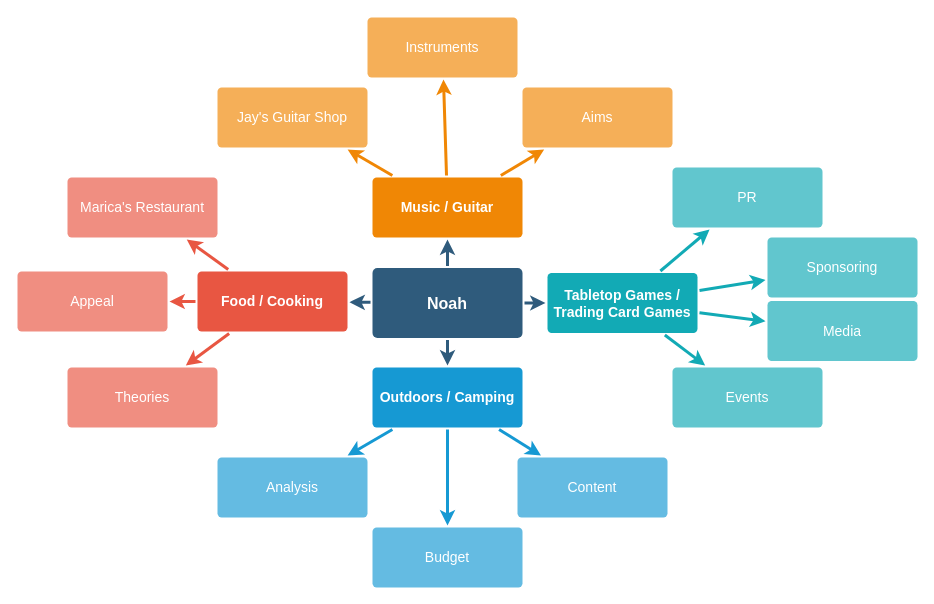
This is Capstone Idea Board.drawio from NoahKise/capstone-idea-board, a draw.io file, before an edit. Source tidied: cells renumbered, new cells numbered last; positions are measured from the earlier drawing's top-left corner, leaving out a move shared by most shapes. Both pictures are drawn from the tidied source at 100%, with x=0, y=0 at pixel (17, 17).
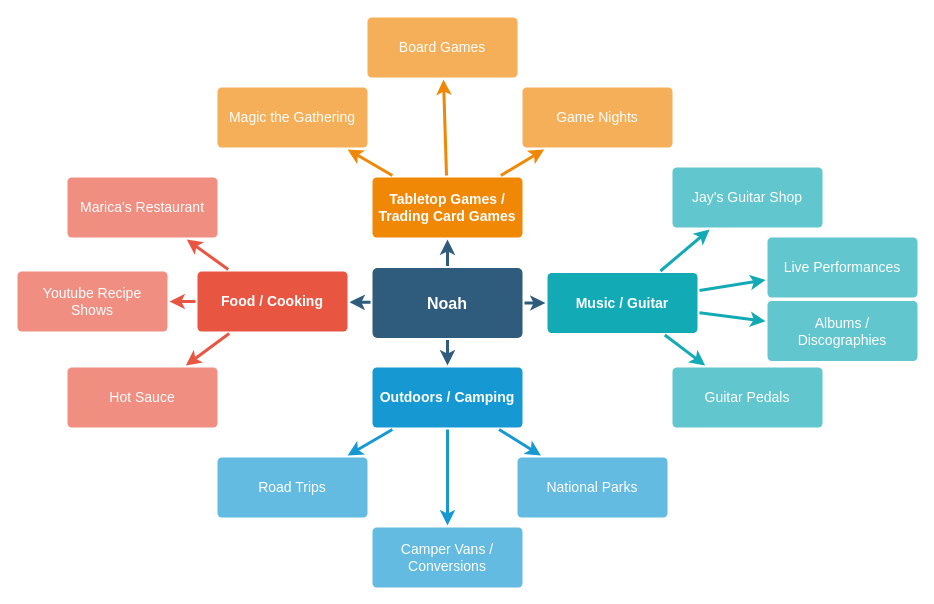
After the change.

Commit message:
Level 3 filled out

What changed in the source:
```diff
@@
-    <mxCell id="11" value="Theories" style="rounded=1;whiteSpace=wrap;html=1;shadow=0;labelBackgroundColor=none;strokeColor=none;strokeWidth=3;fillColor=#f08e81;fontFamily=Helvetica;fontSize=14;fontColor=#FFFFFF;align=center;spacing=5;fontStyle=0;arcSize=7;perimeterSpacing=2;" parent="1" vertex="1">
+    <mxCell id="11" value="Hot Sauce" style="rounded=1;whiteSpace=wrap;html=1;shadow=0;labelBackgroundColor=none;strokeColor=none;strokeWidth=3;fillColor=#f08e81;fontFamily=Helvetica;fontSize=14;fontColor=#FFFFFF;align=center;spacing=5;fontStyle=0;arcSize=7;perimeterSpacing=2;" parent="1" vertex="1">
       <mxGeometry x="50" y="350" width="150" height="60" as="geometry" />
     </mxCell>
-    <mxCell id="12" value="Appeal" style="rounded=1;whiteSpace=wrap;html=1;shadow=0;labelBackgroundColor=none;strokeColor=none;strokeWidth=3;fillColor=#f08e81;fontFamily=Helvetica;fontSize=14;fontColor=#FFFFFF;align=center;spacing=5;fontStyle=0;arcSize=7;perimeterSpacing=2;" parent="1" vertex="1">
+    <mxCell id="12" value="Youtube Recipe Shows" style="rounded=1;whiteSpace=wrap;html=1;shadow=0;labelBackgroundColor=none;strokeColor=none;strokeWidth=3;fillColor=#f08e81;fontFamily=Helvetica;fontSize=14;fontColor=#FFFFFF;align=center;spacing=5;fontStyle=0;arcSize=7;perimeterSpacing=2;" parent="1" vertex="1">
       <mxGeometry y="254" width="150" height="60" as="geometry" />
     </mxCell>
@@
-    <mxCell id="18" value="Content" style="rounded=1;whiteSpace=wrap;html=1;shadow=0;labelBackgroundColor=none;strokeColor=none;strokeWidth=3;fillColor=#64bbe2;fontFamily=Helvetica;fontSize=14;fontColor=#FFFFFF;align=center;spacing=5;arcSize=7;perimeterSpacing=2;" parent="1" vertex="1">
+    <mxCell id="18" value="National Parks" style="rounded=1;whiteSpace=wrap;html=1;shadow=0;labelBackgroundColor=none;strokeColor=none;strokeWidth=3;fillColor=#64bbe2;fontFamily=Helvetica;fontSize=14;fontColor=#FFFFFF;align=center;spacing=5;arcSize=7;perimeterSpacing=2;" parent="1" vertex="1">
       <mxGeometry x="500" y="440" width="150" height="60" as="geometry" />
     </mxCell>
-    <mxCell id="19" value="Budget" style="rounded=1;whiteSpace=wrap;html=1;shadow=0;labelBackgroundColor=none;strokeColor=none;strokeWidth=3;fillColor=#64bbe2;fontFamily=Helvetica;fontSize=14;fontColor=#FFFFFF;align=center;spacing=5;arcSize=7;perimeterSpacing=2;" parent="1" vertex="1">
+    <mxCell id="19" value="Camper Vans / Conversions" style="rounded=1;whiteSpace=wrap;html=1;shadow=0;labelBackgroundColor=none;strokeColor=none;strokeWidth=3;fillColor=#64bbe2;fontFamily=Helvetica;fontSize=14;fontColor=#FFFFFF;align=center;spacing=5;arcSize=7;perimeterSpacing=2;" parent="1" vertex="1">
       <mxGeometry x="355" y="510" width="150" height="60" as="geometry" />
     </mxCell>
-    <mxCell id="20" value="Analysis" style="rounded=1;whiteSpace=wrap;html=1;shadow=0;labelBackgroundColor=none;strokeColor=none;strokeWidth=3;fillColor=#64bbe2;fontFamily=Helvetica;fontSize=14;fontColor=#FFFFFF;align=center;spacing=5;arcSize=7;perimeterSpacing=2;" parent="1" vertex="1">
+    <mxCell id="20" value="Road Trips" style="rounded=1;whiteSpace=wrap;html=1;shadow=0;labelBackgroundColor=none;strokeColor=none;strokeWidth=3;fillColor=#64bbe2;fontFamily=Helvetica;fontSize=14;fontColor=#FFFFFF;align=center;spacing=5;arcSize=7;perimeterSpacing=2;" parent="1" vertex="1">
       <mxGeometry x="200" y="440" width="150" height="60" as="geometry" />
     </mxCell>
-    <mxCell id="21" value="Music / Guitar" style="rounded=1;whiteSpace=wrap;html=1;shadow=0;labelBackgroundColor=none;strokeColor=none;strokeWidth=3;fillColor=#F08705;fontFamily=Helvetica;fontSize=14;fontColor=#FFFFFF;align=center;spacing=5;fontStyle=1;arcSize=7;perimeterSpacing=2;" parent="1" vertex="1">
+    <mxCell id="21" value="Tabletop Games / Trading Card Games" style="rounded=1;whiteSpace=wrap;html=1;shadow=0;labelBackgroundColor=none;strokeColor=none;strokeWidth=3;fillColor=#F08705;fontFamily=Helvetica;fontSize=14;fontColor=#FFFFFF;align=center;spacing=5;fontStyle=1;arcSize=7;perimeterSpacing=2;" parent="1" vertex="1">
       <mxGeometry x="355" y="160" width="150" height="60" as="geometry" />
     </mxCell>
-    <mxCell id="22" value="Aims&lt;br&gt;" style="rounded=1;whiteSpace=wrap;html=1;shadow=0;labelBackgroundColor=none;strokeColor=none;strokeWidth=3;fillColor=#f5af58;fontFamily=Helvetica;fontSize=14;fontColor=#FFFFFF;align=center;spacing=5;arcSize=7;perimeterSpacing=2;" parent="1" vertex="1">
+    <mxCell id="22" value="Game Nights" style="rounded=1;whiteSpace=wrap;html=1;shadow=0;labelBackgroundColor=none;strokeColor=none;strokeWidth=3;fillColor=#f5af58;fontFamily=Helvetica;fontSize=14;fontColor=#FFFFFF;align=center;spacing=5;arcSize=7;perimeterSpacing=2;" parent="1" vertex="1">
       <mxGeometry x="505" y="70" width="150" height="60" as="geometry" />
     </mxCell>
@@
-    <mxCell id="24" value="Instruments" style="rounded=1;whiteSpace=wrap;html=1;shadow=0;labelBackgroundColor=none;strokeColor=none;strokeWidth=3;fillColor=#f5af58;fontFamily=Helvetica;fontSize=14;fontColor=#FFFFFF;align=center;spacing=5;arcSize=7;perimeterSpacing=2;" parent="1" vertex="1">
+    <mxCell id="24" value="Board Games" style="rounded=1;whiteSpace=wrap;html=1;shadow=0;labelBackgroundColor=none;strokeColor=none;strokeWidth=3;fillColor=#f5af58;fontFamily=Helvetica;fontSize=14;fontColor=#FFFFFF;align=center;spacing=5;arcSize=7;perimeterSpacing=2;" parent="1" vertex="1">
       <mxGeometry x="350" width="150" height="60" as="geometry" />
     </mxCell>
@@
-    <mxCell id="26" value="Jay's Guitar Shop" style="rounded=1;whiteSpace=wrap;html=1;shadow=0;labelBackgroundColor=none;strokeColor=none;strokeWidth=3;fillColor=#f5af58;fontFamily=Helvetica;fontSize=14;fontColor=#FFFFFF;align=center;spacing=5;arcSize=7;perimeterSpacing=2;" parent="1" vertex="1">
+    <mxCell id="26" value="Magic the Gathering" style="rounded=1;whiteSpace=wrap;html=1;shadow=0;labelBackgroundColor=none;strokeColor=none;strokeWidth=3;fillColor=#f5af58;fontFamily=Helvetica;fontSize=14;fontColor=#FFFFFF;align=center;spacing=5;arcSize=7;perimeterSpacing=2;" parent="1" vertex="1">
       <mxGeometry x="200" y="70" width="150" height="60" as="geometry" />
     </mxCell>
@@
-    <mxCell id="28" value="Tabletop Games / Trading Card Games" style="rounded=1;whiteSpace=wrap;html=1;shadow=0;labelBackgroundColor=none;strokeColor=none;strokeWidth=3;fillColor=#12aab5;fontFamily=Helvetica;fontSize=14;fontColor=#FFFFFF;align=center;spacing=5;fontStyle=1;arcSize=7;perimeterSpacing=2;" parent="1" vertex="1">
+    <mxCell id="28" value="Music / Guitar" style="rounded=1;whiteSpace=wrap;html=1;shadow=0;labelBackgroundColor=none;strokeColor=none;strokeWidth=3;fillColor=#12aab5;fontFamily=Helvetica;fontSize=14;fontColor=#FFFFFF;align=center;spacing=5;fontStyle=1;arcSize=7;perimeterSpacing=2;" parent="1" vertex="1">
       <mxGeometry x="530" y="255.5" width="150" height="60" as="geometry" />
     </mxCell>
-    <mxCell id="29" value="Events" style="rounded=1;whiteSpace=wrap;html=1;shadow=0;labelBackgroundColor=none;strokeColor=none;strokeWidth=3;fillColor=#61c6ce;fontFamily=Helvetica;fontSize=14;fontColor=#FFFFFF;align=center;spacing=5;fontStyle=0;arcSize=7;perimeterSpacing=2;" parent="1" vertex="1">
+    <mxCell id="29" value="Guitar Pedals" style="rounded=1;whiteSpace=wrap;html=1;shadow=0;labelBackgroundColor=none;strokeColor=none;strokeWidth=3;fillColor=#61c6ce;fontFamily=Helvetica;fontSize=14;fontColor=#FFFFFF;align=center;spacing=5;fontStyle=0;arcSize=7;perimeterSpacing=2;" parent="1" vertex="1">
       <mxGeometry x="655" y="350" width="150" height="60" as="geometry" />
     </mxCell>
@@
-    <mxCell id="31" value="Media" style="rounded=1;whiteSpace=wrap;html=1;shadow=0;labelBackgroundColor=none;strokeColor=none;strokeWidth=3;fillColor=#61c6ce;fontFamily=Helvetica;fontSize=14;fontColor=#FFFFFF;align=center;spacing=5;fontStyle=0;arcSize=7;perimeterSpacing=2;" parent="1" vertex="1">
+    <mxCell id="31" value="Albums / Discographies" style="rounded=1;whiteSpace=wrap;html=1;shadow=0;labelBackgroundColor=none;strokeColor=none;strokeWidth=3;fillColor=#61c6ce;fontFamily=Helvetica;fontSize=14;fontColor=#FFFFFF;align=center;spacing=5;fontStyle=0;arcSize=7;perimeterSpacing=2;" parent="1" vertex="1">
       <mxGeometry x="750" y="283.5" width="150" height="60" as="geometry" />
     </mxCell>
@@
-    <mxCell id="33" value="Sponsoring" style="rounded=1;whiteSpace=wrap;html=1;shadow=0;labelBackgroundColor=none;strokeColor=none;strokeWidth=3;fillColor=#61c6ce;fontFamily=Helvetica;fontSize=14;fontColor=#FFFFFF;align=center;spacing=5;fontStyle=0;arcSize=7;perimeterSpacing=2;" parent="1" vertex="1">
+    <mxCell id="33" value="Live Performances" style="rounded=1;whiteSpace=wrap;html=1;shadow=0;labelBackgroundColor=none;strokeColor=none;strokeWidth=3;fillColor=#61c6ce;fontFamily=Helvetica;fontSize=14;fontColor=#FFFFFF;align=center;spacing=5;fontStyle=0;arcSize=7;perimeterSpacing=2;" parent="1" vertex="1">
       <mxGeometry x="750" y="220" width="150" height="60" as="geometry" />
     </mxCell>
@@
-    <mxCell id="35" value="PR" style="rounded=1;whiteSpace=wrap;html=1;shadow=0;labelBackgroundColor=none;strokeColor=none;strokeWidth=3;fillColor=#61c6ce;fontFamily=Helvetica;fontSize=14;fontColor=#FFFFFF;align=center;spacing=5;fontStyle=0;arcSize=7;perimeterSpacing=2;" parent="1" vertex="1">
+    <mxCell id="35" value="Jay's Guitar Shop" style="rounded=1;whiteSpace=wrap;html=1;shadow=0;labelBackgroundColor=none;strokeColor=none;strokeWidth=3;fillColor=#61c6ce;fontFamily=Helvetica;fontSize=14;fontColor=#FFFFFF;align=center;spacing=5;fontStyle=0;arcSize=7;perimeterSpacing=2;" parent="1" vertex="1">
       <mxGeometry x="655" y="150" width="150" height="60" as="geometry" />
     </mxCell>
```
